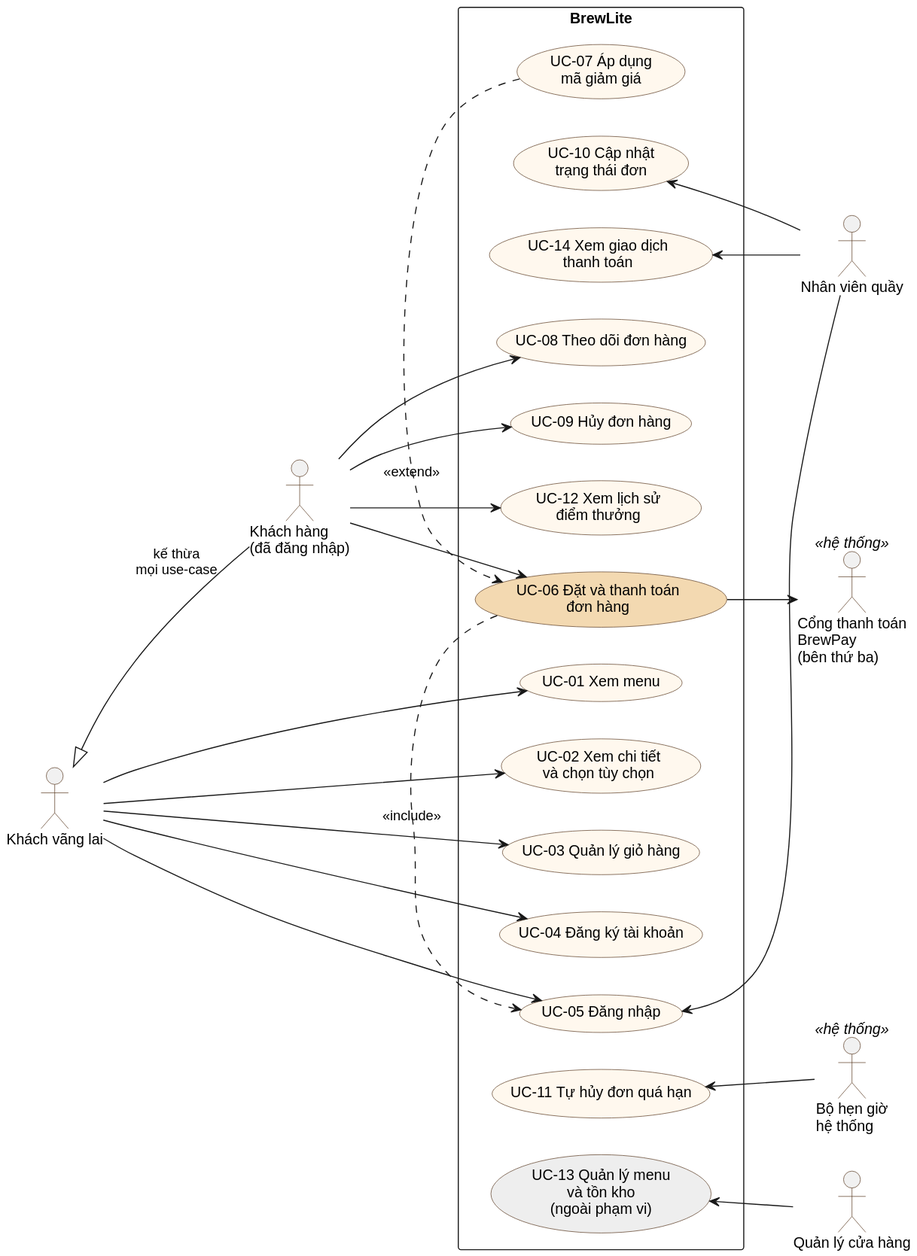
This is docs/requirements/use-case-overview.svg from PhucLee23/brewlite-assignment2, a PlantUML export, as it was before one commit.
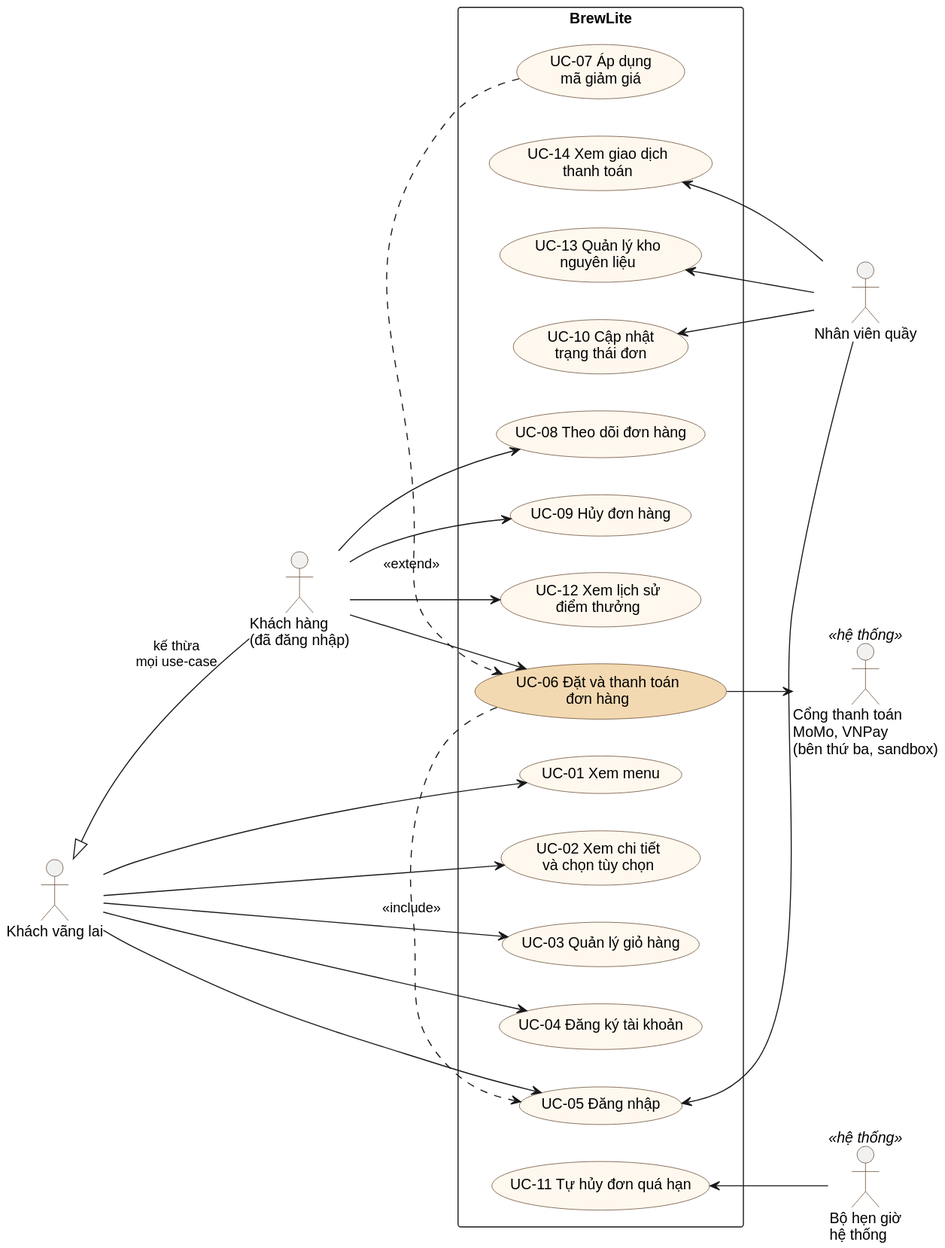
Later version of the same file.

Commit message:
docs(requirements): use-case Quản lý kho nguyên liệu, cổng MoMo, VNPay

Change to the diagram source:
```diff
@@ -12,8 +12,7 @@
 actor "Khách vãng lai" as Guest
 actor "Khách hàng\n(đã đăng nhập)" as Customer
 actor "Nhân viên quầy" as Staff
-actor "Quản lý cửa hàng" as Manager
-actor "Cổng thanh toán\nBrewPay\n(bên thứ ba)" as Gateway <<hệ thống>>
+actor "Cổng thanh toán\nMoMo, VNPay\n(bên thứ ba, sandbox)" as Gateway <<hệ thống>>
 actor "Bộ hẹn giờ\nhệ thống" as Timer <<hệ thống>>
 
 rectangle "BrewLite" {
@@ -30,7 +29,7 @@
   usecase "UC-10 Cập nhật\ntrạng thái đơn" as UC10
   usecase "UC-11 Tự hủy đơn quá hạn" as UC11
   usecase "UC-14 Xem giao dịch\nthanh toán" as UC14
-  usecase "UC-13 Quản lý menu\nvà tồn kho\n(ngoài phạm vi)" as UC13 #EEEEEE
+  usecase "UC-13 Quản lý kho\nnguyên liệu" as UC13
 }
 
 Guest --> UC01
@@ -51,7 +50,7 @@
 UC05 <-- Staff
 UC10 <-- Staff
 UC14 <-- Staff
-UC13 <-- Manager
+UC13 <-- Staff
 UC06 --> Gateway
 UC11 <-- Timer
 @enduml
```
